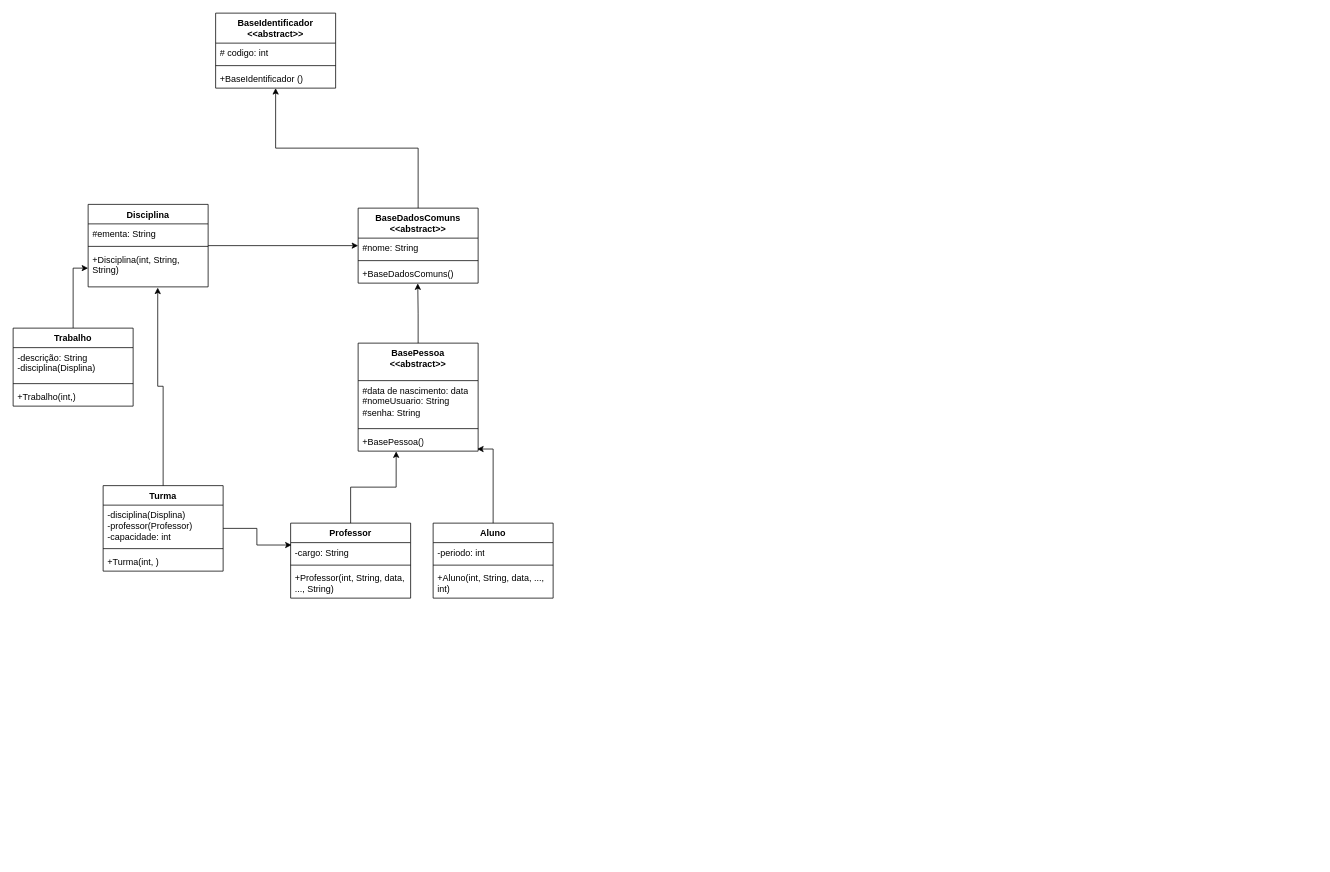
Before: diagramas/controleAcademico1.drawio in TrabalhoPoo2023/Sistema_Controle_Academico, a draw.io diagram. Source tidied: cells renumbered, new cells numbered last; positions are measured from the earlier drawing's top-left corner, leaving out a move shared by most shapes. Both pictures are drawn from the tidied source at 75%, with x=0, y=0 at pixel (13, 13).
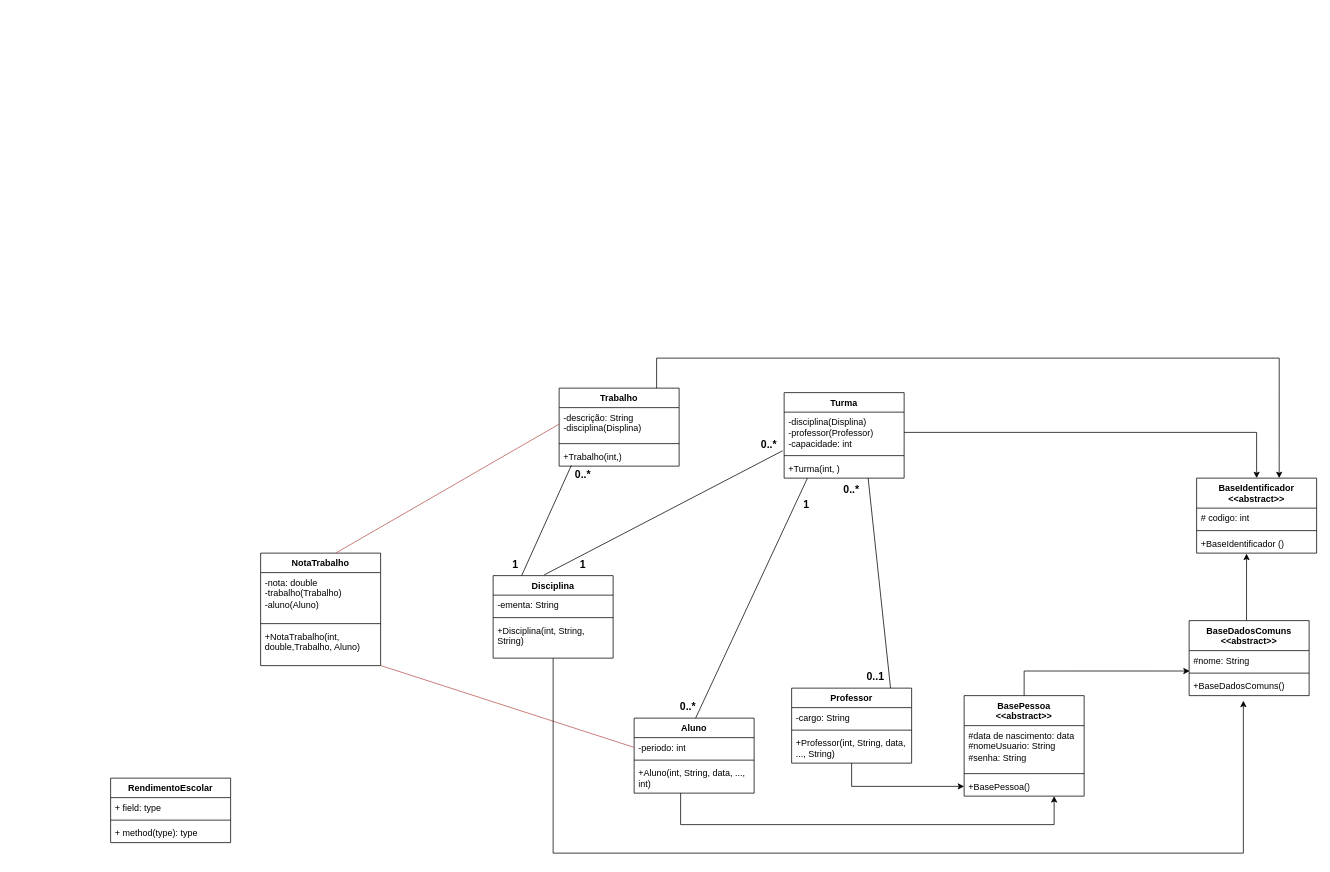
After the change.

The change refers to these unchanged cells:
```xml
<mxCell id="5" value="+BaseIdentificador ()" style="text;strokeColor=none;fillColor=none;align=left;verticalAlign=top;spacingLeft=4;spacingRight=4;overflow=hidden;points=[[0,0.5],[1,0.5]];portConstraint=eastwest;whiteSpace=wrap;html=1;" parent="2" vertex="1">
  <mxGeometry y="74" width="160" height="26" as="geometry" />
</mxCell>
<mxCell id="11" value="-periodo: int" style="text;strokeColor=none;fillColor=none;align=left;verticalAlign=top;spacingLeft=4;spacingRight=4;overflow=hidden;points=[[0,0.5],[1,0.5]];portConstraint=eastwest;whiteSpace=wrap;html=1;" parent="10" vertex="1">
  <mxGeometry y="26" width="160" height="26" as="geometry" />
</mxCell>
<mxCell id="15" value="-cargo: String" style="text;strokeColor=none;fillColor=none;align=left;verticalAlign=top;spacingLeft=4;spacingRight=4;overflow=hidden;points=[[0,0.5],[1,0.5]];portConstraint=eastwest;whiteSpace=wrap;html=1;" parent="14" vertex="1">
  <mxGeometry y="26" width="160" height="26" as="geometry" />
</mxCell>
<mxCell id="22" value="+Disciplina(int, String, String)" style="text;strokeColor=none;fillColor=none;align=left;verticalAlign=top;spacingLeft=4;spacingRight=4;overflow=hidden;points=[[0,0.5],[1,0.5]];portConstraint=eastwest;whiteSpace=wrap;html=1;" parent="19" vertex="1">
  <mxGeometry y="60" width="160" height="50" as="geometry" />
</mxCell>
<mxCell id="24" value="#nome: String" style="text;strokeColor=none;fillColor=none;align=left;verticalAlign=top;spacingLeft=4;spacingRight=4;overflow=hidden;points=[[0,0.5],[1,0.5]];portConstraint=eastwest;whiteSpace=wrap;html=1;" parent="23" vertex="1">
  <mxGeometry y="40" width="160" height="26" as="geometry" />
</mxCell>
<mxCell id="26" value="+BaseDadosComuns()" style="text;strokeColor=none;fillColor=none;align=left;verticalAlign=top;spacingLeft=4;spacingRight=4;overflow=hidden;points=[[0,0.5],[1,0.5]];portConstraint=eastwest;whiteSpace=wrap;html=1;" parent="23" vertex="1">
  <mxGeometry y="74" width="160" height="26" as="geometry" />
</mxCell>
<mxCell id="28" value="-disciplina(Displina)&lt;br&gt;-professor(Professor)&lt;br&gt;-capacidade: int" style="text;strokeColor=none;fillColor=none;align=left;verticalAlign=top;spacingLeft=4;spacingRight=4;overflow=hidden;points=[[0,0.5],[1,0.5]];portConstraint=eastwest;whiteSpace=wrap;html=1;" parent="27" vertex="1">
  <mxGeometry y="26" width="160" height="54" as="geometry" />
</mxCell>
<mxCell id="37" value="-descrição: String&lt;br&gt;-disciplina(Displina)" style="text;strokeColor=none;fillColor=none;align=left;verticalAlign=top;spacingLeft=4;spacingRight=4;overflow=hidden;points=[[0,0.5],[1,0.5]];portConstraint=eastwest;whiteSpace=wrap;html=1;" parent="36" vertex="1">
  <mxGeometry y="26" width="160" height="44" as="geometry" />
</mxCell>
<mxCell id="39" value="+Trabalho(int,)" style="text;strokeColor=none;fillColor=none;align=left;verticalAlign=top;spacingLeft=4;spacingRight=4;overflow=hidden;points=[[0,0.5],[1,0.5]];portConstraint=eastwest;whiteSpace=wrap;html=1;" parent="36" vertex="1">
  <mxGeometry y="78" width="160" height="26" as="geometry" />
</mxCell>
```

What changed in the source:
```diff
@@
     <mxCell id="2" value="BaseIdentificador&lt;br&gt;&amp;lt;&amp;lt;abstract&amp;gt;&amp;gt;" style="swimlane;fontStyle=1;align=center;verticalAlign=top;horizontal=1;startSize=40;whiteSpace=wrap;html=1;" parent="1" vertex="1">
-      <mxGeometry x="270" width="160" height="100" as="geometry" />
+      <mxGeometry x="1578" y="620" width="160" height="100" as="geometry" />
     </mxCell>
@@
-    <mxCell id="4" style="line;strokeWidth=1;fillColor=none;align=left;verticalAlign=middle;spacingTop=-1;spacingLeft=3;spacingRight=3;labelPosition=right;strokeColor=inherit;" parent="2" vertex="1">
-      <mxGeometry y="66" width="160" height="8" as="geometry" />
-    </mxCell>
+    <mxCell id="42" style="line;strokeWidth=1;fillColor=none;align=left;verticalAlign=middle;spacingTop=-1;spacingLeft=3;spacingRight=3;labelPosition=right;strokeColor=inherit;" parent="2" vertex="1">
+      <mxGeometry y="66" width="160" height="8" as="geometry" />
+    </mxCell>
@@
-    <mxCell id="6" value="BasePessoa&lt;br&gt;&amp;lt;&amp;lt;abstract&amp;gt;&amp;gt;" style="swimlane;fontStyle=1;align=center;verticalAlign=top;horizontal=1;startSize=50;whiteSpace=wrap;html=1;" parent="1" vertex="1">
-      <mxGeometry x="460" y="440" width="160" height="144" as="geometry" />
+    <mxCell id="6" value="BasePessoa&lt;br&gt;&amp;lt;&amp;lt;abstract&amp;gt;&amp;gt;" style="swimlane;fontStyle=1;align=center;verticalAlign=top;horizontal=1;startSize=40;whiteSpace=wrap;html=1;" parent="1" vertex="1">
+      <mxGeometry x="1268" y="910" width="160" height="134" as="geometry" />
     </mxCell>
     <mxCell id="7" value="#data de nascimento: data&lt;br&gt;#nomeUsuario: String&lt;br&gt;#senha: String" style="text;strokeColor=none;fillColor=none;align=left;verticalAlign=top;spacingLeft=4;spacingRight=4;overflow=hidden;whiteSpace=wrap;html=1;" parent="6" vertex="1">
-      <mxGeometry y="50" width="160" height="60" as="geometry" />
+      <mxGeometry y="40" width="160" height="60" as="geometry" />
     </mxCell>
-    <mxCell id="8" style="line;strokeWidth=1;fillColor=none;align=left;verticalAlign=middle;spacingTop=-1;spacingLeft=3;spacingRight=3;labelPosition=right;strokeColor=inherit;" parent="6" vertex="1">
-      <mxGeometry y="110" width="160" height="8" as="geometry" />
-    </mxCell>
+    <mxCell id="43" style="line;strokeWidth=1;fillColor=none;align=left;verticalAlign=middle;spacingTop=-1;spacingLeft=3;spacingRight=3;labelPosition=right;strokeColor=inherit;" parent="6" vertex="1">
+      <mxGeometry y="100" width="160" height="8" as="geometry" />
+    </mxCell>
     <mxCell id="9" value="+BasePessoa()" style="text;strokeColor=none;fillColor=none;align=left;verticalAlign=top;spacingLeft=4;spacingRight=4;overflow=hidden;points=[[0,0.5],[1,0.5]];portConstraint=eastwest;whiteSpace=wrap;html=1;" parent="6" vertex="1">
-      <mxGeometry y="118" width="160" height="26" as="geometry" />
+      <mxGeometry y="108" width="160" height="26" as="geometry" />
     </mxCell>
+    <mxCell id="34" style="edgeStyle=orthogonalEdgeStyle;rounded=0;jettySize=auto;html=1;" parent="1" edge="1" source="10" target="9">
+      <mxGeometry relative="1" as="geometry">
+        <Array as="points">
+          <mxPoint x="890" y="1082" />
+          <mxPoint x="1388" y="1082" />
+        </Array>
+      </mxGeometry>
+    </mxCell>
     <mxCell id="10" value="Aluno" style="swimlane;fontStyle=1;align=center;verticalAlign=top;horizontal=1;startSize=26;whiteSpace=wrap;html=1;" parent="1" vertex="1">
-      <mxGeometry x="560" y="680" width="160" height="100" as="geometry" />
+      <mxGeometry x="828" y="940" width="160" height="100" as="geometry" />
     </mxCell>
@@
-    <mxCell id="12" style="line;strokeWidth=1;fillColor=none;align=left;verticalAlign=middle;spacingTop=-1;spacingLeft=3;spacingRight=3;labelPosition=right;strokeColor=inherit;" parent="10" vertex="1">
-      <mxGeometry y="52" width="160" height="8" as="geometry" />
-    </mxCell>
+    <mxCell id="44" style="line;strokeWidth=1;fillColor=none;align=left;verticalAlign=middle;spacingTop=-1;spacingLeft=3;spacingRight=3;labelPosition=right;strokeColor=inherit;" parent="10" vertex="1">
+      <mxGeometry y="52" width="160" height="8" as="geometry" />
+    </mxCell>
@@
+    <mxCell id="33" style="edgeStyle=orthogonalEdgeStyle;rounded=0;jettySize=auto;html=1;entryX=0;entryY=0.5;entryDx=0;entryDy=0;" parent="1" edge="1" source="14" target="9">
+      <mxGeometry relative="1" as="geometry" />
+    </mxCell>
     <mxCell id="14" value="Professor" style="swimlane;fontStyle=1;align=center;verticalAlign=top;horizontal=1;startSize=26;whiteSpace=wrap;html=1;" parent="1" vertex="1">
-      <mxGeometry x="370" y="680" width="160" height="100" as="geometry" />
+      <mxGeometry x="1038" y="900" width="160" height="100" as="geometry" />
     </mxCell>
@@
-    <mxCell id="16" style="line;strokeWidth=1;fillColor=none;align=left;verticalAlign=middle;spacingTop=-1;spacingLeft=3;spacingRight=3;labelPosition=right;strokeColor=inherit;" parent="14" vertex="1">
-      <mxGeometry y="52" width="160" height="8" as="geometry" />
-    </mxCell>
+    <mxCell id="45" style="line;strokeWidth=1;fillColor=none;align=left;verticalAlign=middle;spacingTop=-1;spacingLeft=3;spacingRight=3;labelPosition=right;strokeColor=inherit;" parent="14" vertex="1">
+      <mxGeometry y="52" width="160" height="8" as="geometry" />
+    </mxCell>
@@
-    <mxCell id="18" style="edgeStyle=orthogonalEdgeStyle;rounded=0;jettySize=auto;html=1;" parent="1" edge="1" source="19" target="23">
-      <mxGeometry relative="1" as="geometry" />
-    </mxCell>
     <mxCell id="19" value="Disciplina" style="swimlane;fontStyle=1;align=center;verticalAlign=top;horizontal=1;startSize=26;whiteSpace=wrap;html=1;" parent="1" vertex="1">
-      <mxGeometry x="100" y="255" width="160" height="110" as="geometry" />
+      <mxGeometry x="640" y="750" width="160" height="110" as="geometry" />
     </mxCell>
-    <mxCell id="20" value="#ementa: String" style="text;strokeColor=none;fillColor=none;align=left;verticalAlign=top;spacingLeft=4;spacingRight=4;overflow=hidden;whiteSpace=wrap;html=1;" parent="19" vertex="1">
-      <mxGeometry y="26" width="160" height="26" as="geometry" />
-    </mxCell>
-    <mxCell id="21" style="line;strokeWidth=1;fillColor=none;align=left;verticalAlign=middle;spacingTop=-1;spacingLeft=3;spacingRight=3;labelPosition=right;strokeColor=inherit;" parent="19" vertex="1">
-      <mxGeometry y="52" width="160" height="8" as="geometry" />
-    </mxCell>
+    <mxCell id="46" value="-ementa: String" style="text;strokeColor=none;fillColor=none;align=left;verticalAlign=top;spacingLeft=4;spacingRight=4;overflow=hidden;whiteSpace=wrap;html=1;" parent="19" vertex="1">
+      <mxGeometry y="26" width="160" height="26" as="geometry" />
+    </mxCell>
+    <mxCell id="47" style="line;strokeWidth=1;fillColor=none;align=left;verticalAlign=middle;spacingTop=-1;spacingLeft=3;spacingRight=3;labelPosition=right;strokeColor=inherit;" parent="19" vertex="1">
+      <mxGeometry y="52" width="160" height="8" as="geometry" />
+    </mxCell>
@@
     <mxCell id="23" value="BaseDadosComuns&lt;br&gt;&amp;lt;&amp;lt;abstract&amp;gt;&amp;gt;" style="swimlane;fontStyle=1;align=center;verticalAlign=top;horizontal=1;startSize=40;whiteSpace=wrap;html=1;" parent="1" vertex="1">
-      <mxGeometry x="460" y="260" width="160" height="100" as="geometry" />
+      <mxGeometry x="1568" y="810" width="160" height="100" as="geometry" />
     </mxCell>
@@
-    <mxCell id="25" style="line;strokeWidth=1;fillColor=none;align=left;verticalAlign=middle;spacingTop=-1;spacingLeft=3;spacingRight=3;labelPosition=right;strokeColor=inherit;" parent="23" vertex="1">
-      <mxGeometry y="66" width="160" height="8" as="geometry" />
-    </mxCell>
+    <mxCell id="48" style="line;strokeWidth=1;fillColor=none;align=left;verticalAlign=middle;spacingTop=-1;spacingLeft=3;spacingRight=3;labelPosition=right;strokeColor=inherit;" parent="23" vertex="1">
+      <mxGeometry y="66" width="160" height="8" as="geometry" />
+    </mxCell>
@@
     <mxCell id="27" value="Turma" style="swimlane;fontStyle=1;align=center;verticalAlign=top;horizontal=1;startSize=26;whiteSpace=wrap;html=1;" parent="1" vertex="1">
-      <mxGeometry x="120" y="630" width="160" height="114" as="geometry" />
+      <mxGeometry x="1028" y="506" width="160" height="114" as="geometry" />
     </mxCell>
@@
-    <mxCell id="31" style="edgeStyle=orthogonalEdgeStyle;rounded=0;jettySize=auto;html=1;exitX=0.5;exitY=0;exitDx=0;exitDy=0;entryX=0.5;entryY=1;entryDx=0;entryDy=0;entryPerimeter=0;" parent="1" edge="1" source="23" target="5">
-      <mxGeometry relative="1" as="geometry" />
-    </mxCell>
-    <mxCell id="32" style="edgeStyle=orthogonalEdgeStyle;rounded=0;jettySize=auto;html=1;exitX=0.5;exitY=0;exitDx=0;exitDy=0;entryX=0.497;entryY=1.015;entryDx=0;entryDy=0;entryPerimeter=0;" parent="1" edge="1" source="6" target="26">
-      <mxGeometry relative="1" as="geometry" />
-    </mxCell>
-    <mxCell id="33" style="edgeStyle=orthogonalEdgeStyle;rounded=0;jettySize=auto;html=1;exitX=0.5;exitY=0;exitDx=0;exitDy=0;entryX=0.317;entryY=1.015;entryDx=0;entryDy=0;entryPerimeter=0;" parent="1" edge="1" source="14" target="9">
-      <mxGeometry relative="1" as="geometry" />
-    </mxCell>
-    <mxCell id="34" style="edgeStyle=orthogonalEdgeStyle;rounded=0;jettySize=auto;html=1;entryX=0.992;entryY=0.892;entryDx=0;entryDy=0;entryPerimeter=0;" parent="1" edge="1" source="10" target="9">
-      <mxGeometry relative="1" as="geometry" />
-    </mxCell>
-    <mxCell id="35" style="edgeStyle=orthogonalEdgeStyle;rounded=0;jettySize=auto;html=1;" parent="1" edge="1" source="36" target="22">
-      <mxGeometry relative="1" as="geometry" />
-    </mxCell>
     <mxCell id="36" value="Trabalho" style="swimlane;fontStyle=1;align=center;verticalAlign=top;horizontal=1;startSize=26;whiteSpace=wrap;html=1;" parent="1" vertex="1">
-      <mxGeometry y="420" width="160" height="104" as="geometry" />
+      <mxGeometry x="728" y="500" width="160" height="104" as="geometry" />
     </mxCell>
@@
-    <mxCell id="40" style="edgeStyle=orthogonalEdgeStyle;rounded=0;jettySize=auto;html=1;entryX=0.008;entryY=0.123;entryDx=0;entryDy=0;entryPerimeter=0;" parent="1" edge="1" source="27" target="15">
-      <mxGeometry relative="1" as="geometry" />
-    </mxCell>
-    <mxCell id="41" style="edgeStyle=orthogonalEdgeStyle;rounded=0;jettySize=auto;html=1;entryX=0.58;entryY=1.02;entryDx=0;entryDy=0;entryPerimeter=0;" parent="1" edge="1" source="27" target="22">
-      <mxGeometry relative="1" as="geometry" />
-    </mxCell>
+    <mxCell id="31" style="edgeStyle=orthogonalEdgeStyle;rounded=0;jettySize=auto;html=1;entryX=0.416;entryY=1.028;entryDx=0;entryDy=0;entryPerimeter=0;" parent="1" edge="1" source="23" target="5">
+      <mxGeometry relative="1" as="geometry">
+        <Array as="points">
+          <mxPoint x="1668" y="875" />
+          <mxPoint x="1655" y="875" />
+        </Array>
+      </mxGeometry>
+    </mxCell>
+    <mxCell id="49" style="edgeStyle=orthogonalEdgeStyle;rounded=0;jettySize=auto;html=1;entryX=0.005;entryY=1.045;entryDx=0;entryDy=0;entryPerimeter=0;" parent="1" edge="1" source="6" target="24">
+      <mxGeometry relative="1" as="geometry" />
+    </mxCell>
+    <mxCell id="50" style="edgeStyle=orthogonalEdgeStyle;rounded=0;jettySize=auto;html=1;" parent="1" edge="1" source="28" target="2">
+      <mxGeometry relative="1" as="geometry" />
+    </mxCell>
+    <mxCell id="51" style="endArrow=none;html=1;rounded=0;entryX=0.426;entryY=-0.009;entryDx=0;entryDy=0;entryPerimeter=0;exitX=-0.012;exitY=0.953;exitDx=0;exitDy=0;exitPerimeter=0;" parent="1" edge="1" source="28" target="19">
+      <mxGeometry relative="1" as="geometry" />
+    </mxCell>
+    <mxCell id="52" style="endArrow=none;html=1;rounded=0;entryX=0.313;entryY=0.615;entryDx=0;entryDy=0;entryPerimeter=0;" parent="1" edge="1">
+      <mxGeometry relative="1" as="geometry">
+        <mxPoint x="1169.9" y="900" as="sourcePoint" />
+        <mxPoint x="1140" y="620" as="targetPoint" />
+      </mxGeometry>
+    </mxCell>
+    <mxCell id="53" style="edgeStyle=orthogonalEdgeStyle;rounded=0;jettySize=auto;html=1;entryX=0.688;entryY=0;entryDx=0;entryDy=0;entryPerimeter=0;" parent="1" edge="1" source="36" target="2">
+      <mxGeometry relative="1" as="geometry">
+        <Array as="points">
+          <mxPoint x="858" y="460" />
+          <mxPoint x="1688" y="460" />
+        </Array>
+      </mxGeometry>
+    </mxCell>
+    <mxCell id="54" style="endArrow=none;html=1;rounded=0;entryX=0.074;entryY=0.972;entryDx=0;entryDy=0;entryPerimeter=0;" parent="1" edge="1">
+      <mxGeometry relative="1" as="geometry">
+        <mxPoint x="910" y="940" as="sourcePoint" />
+        <mxPoint x="1059.1" y="620" as="targetPoint" />
+      </mxGeometry>
+    </mxCell>
+    <mxCell id="55" value="&lt;b&gt;&lt;font style=&quot;font-size: 14px;&quot;&gt;0..*&lt;/font&gt;&lt;/b&gt;" style="text;html=1;strokeColor=none;fillColor=none;align=center;verticalAlign=middle;whiteSpace=wrap;rounded=0;" parent="1" vertex="1">
+      <mxGeometry x="880" y="910" width="40" height="30" as="geometry" />
+    </mxCell>
+    <mxCell id="56" value="&lt;b&gt;&lt;font style=&quot;font-size: 14px;&quot;&gt;0..1&lt;br&gt;&lt;/font&gt;&lt;/b&gt;" style="text;html=1;strokeColor=none;fillColor=none;align=center;verticalAlign=middle;whiteSpace=wrap;rounded=0;" parent="1" vertex="1">
+      <mxGeometry x="1130" y="870" width="40" height="30" as="geometry" />
+    </mxCell>
+    <mxCell id="57" value="&lt;b&gt;&lt;font style=&quot;font-size: 14px;&quot;&gt;0..*&lt;/font&gt;&lt;/b&gt;" style="text;html=1;strokeColor=none;fillColor=none;align=center;verticalAlign=middle;whiteSpace=wrap;rounded=0;" parent="1" vertex="1">
+      <mxGeometry x="1098" y="620" width="40" height="30" as="geometry" />
+    </mxCell>
+    <mxCell id="58" value="&lt;b&gt;&lt;font style=&quot;font-size: 14px;&quot;&gt;1&lt;/font&gt;&lt;/b&gt;" style="text;html=1;strokeColor=none;fillColor=none;align=center;verticalAlign=middle;whiteSpace=wrap;rounded=0;" parent="1" vertex="1">
+      <mxGeometry x="1038" y="640" width="40" height="30" as="geometry" />
+    </mxCell>
+    <mxCell id="59" value="&lt;b&gt;&lt;font style=&quot;font-size: 14px;&quot;&gt;0..*&lt;/font&gt;&lt;/b&gt;" style="text;html=1;strokeColor=none;fillColor=none;align=center;verticalAlign=middle;whiteSpace=wrap;rounded=0;" parent="1" vertex="1">
+      <mxGeometry x="988" y="560" width="40" height="30" as="geometry" />
+    </mxCell>
+    <mxCell id="60" value="&lt;b&gt;&lt;font style=&quot;font-size: 14px;&quot;&gt;1&lt;/font&gt;&lt;/b&gt;" style="text;html=1;strokeColor=none;fillColor=none;align=center;verticalAlign=middle;whiteSpace=wrap;rounded=0;" parent="1" vertex="1">
+      <mxGeometry x="740" y="720" width="40" height="30" as="geometry" />
+    </mxCell>
+    <mxCell id="61" style="endArrow=none;html=1;rounded=0;entryX=0.102;entryY=0.96;entryDx=0;entryDy=0;entryPerimeter=0;" parent="1" edge="1" target="39">
+      <mxGeometry relative="1" as="geometry">
+        <mxPoint x="678" y="750" as="sourcePoint" />
+      </mxGeometry>
+    </mxCell>
+    <mxCell id="62" value="&lt;b&gt;&lt;font style=&quot;font-size: 14px;&quot;&gt;1&lt;/font&gt;&lt;/b&gt;" style="text;html=1;strokeColor=none;fillColor=none;align=center;verticalAlign=middle;whiteSpace=wrap;rounded=0;" parent="1" vertex="1">
+      <mxGeometry x="650" y="720" width="40" height="30" as="geometry" />
+    </mxCell>
+    <mxCell id="63" value="&lt;b&gt;&lt;font style=&quot;font-size: 14px;&quot;&gt;0..*&lt;/font&gt;&lt;/b&gt;" style="text;html=1;strokeColor=none;fillColor=none;align=center;verticalAlign=middle;whiteSpace=wrap;rounded=0;" parent="1" vertex="1">
+      <mxGeometry x="740" y="600" width="40" height="30" as="geometry" />
+    </mxCell>
+    <mxCell id="64" value="NotaTrabalho" style="swimlane;fontStyle=1;align=center;verticalAlign=top;horizontal=1;startSize=26;whiteSpace=wrap;html=1;" parent="1" vertex="1">
+      <mxGeometry x="330" y="720" width="160" height="150" as="geometry" />
+    </mxCell>
+    <mxCell id="65" value="-nota: double&lt;br&gt;-trabalho(Trabalho)&lt;br&gt;-aluno(Aluno)" style="text;strokeColor=none;fillColor=none;align=left;verticalAlign=top;spacingLeft=4;spacingRight=4;overflow=hidden;whiteSpace=wrap;html=1;" parent="64" vertex="1">
+      <mxGeometry y="26" width="160" height="64" as="geometry" />
+    </mxCell>
+    <mxCell id="66" style="line;strokeWidth=1;fillColor=none;align=left;verticalAlign=middle;spacingTop=-1;spacingLeft=3;spacingRight=3;labelPosition=right;strokeColor=inherit;" parent="64" vertex="1">
+      <mxGeometry y="90" width="160" height="8" as="geometry" />
+    </mxCell>
+    <mxCell id="67" value="+NotaTrabalho(int, double,Trabalho, Aluno)" style="text;strokeColor=none;fillColor=none;align=left;verticalAlign=top;spacingLeft=4;spacingRight=4;overflow=hidden;points=[[0,0.5],[1,0.5]];portConstraint=eastwest;whiteSpace=wrap;html=1;" parent="64" vertex="1">
+      <mxGeometry y="98" width="160" height="52" as="geometry" />
+    </mxCell>
+    <mxCell id="68" style="endArrow=none;html=1;rounded=0;entryX=0;entryY=0.5;entryDx=0;entryDy=0;fillColor=#f8cecc;strokeColor=#b85450;" parent="1" edge="1" source="67" target="11">
+      <mxGeometry relative="1" as="geometry" />
+    </mxCell>
+    <mxCell id="69" style="endArrow=none;html=1;rounded=0;entryX=0;entryY=0.5;entryDx=0;entryDy=0;fillColor=#f8cecc;strokeColor=#b85450;" parent="1" edge="1" target="37">
+      <mxGeometry relative="1" as="geometry">
+        <mxPoint x="430" y="720" as="sourcePoint" />
+      </mxGeometry>
+    </mxCell>
+    <mxCell id="70" style="edgeStyle=orthogonalEdgeStyle;rounded=0;jettySize=auto;html=1;entryX=0.452;entryY=1.262;entryDx=0;entryDy=0;entryPerimeter=0;" parent="1" edge="1" source="19" target="26">
+      <mxGeometry relative="1" as="geometry">
+        <Array as="points">
+          <mxPoint x="720" y="1120" />
+          <mxPoint x="1640" y="1120" />
+        </Array>
+      </mxGeometry>
+    </mxCell>
+    <mxCell id="71" value="RendimentoEscolar" style="swimlane;fontStyle=1;align=center;verticalAlign=top;horizontal=1;startSize=26;whiteSpace=wrap;html=1;" parent="1" vertex="1">
+      <mxGeometry x="130" y="1020" width="160" height="86" as="geometry" />
+    </mxCell>
+    <mxCell id="72" value="+ field: type" style="text;strokeColor=none;fillColor=none;align=left;verticalAlign=top;spacingLeft=4;spacingRight=4;overflow=hidden;whiteSpace=wrap;html=1;" parent="71" vertex="1">
+      <mxGeometry y="26" width="160" height="26" as="geometry" />
+    </mxCell>
+    <mxCell id="73" style="line;strokeWidth=1;fillColor=none;align=left;verticalAlign=middle;spacingTop=-1;spacingLeft=3;spacingRight=3;labelPosition=right;strokeColor=inherit;" parent="71" vertex="1">
+      <mxGeometry y="52" width="160" height="8" as="geometry" />
+    </mxCell>
+    <mxCell id="74" value="+ method(type): type" style="text;strokeColor=none;fillColor=none;align=left;verticalAlign=top;spacingLeft=4;spacingRight=4;overflow=hidden;whiteSpace=wrap;html=1;" parent="71" vertex="1">
+      <mxGeometry y="60" width="160" height="26" as="geometry" />
+    </mxCell>
```
